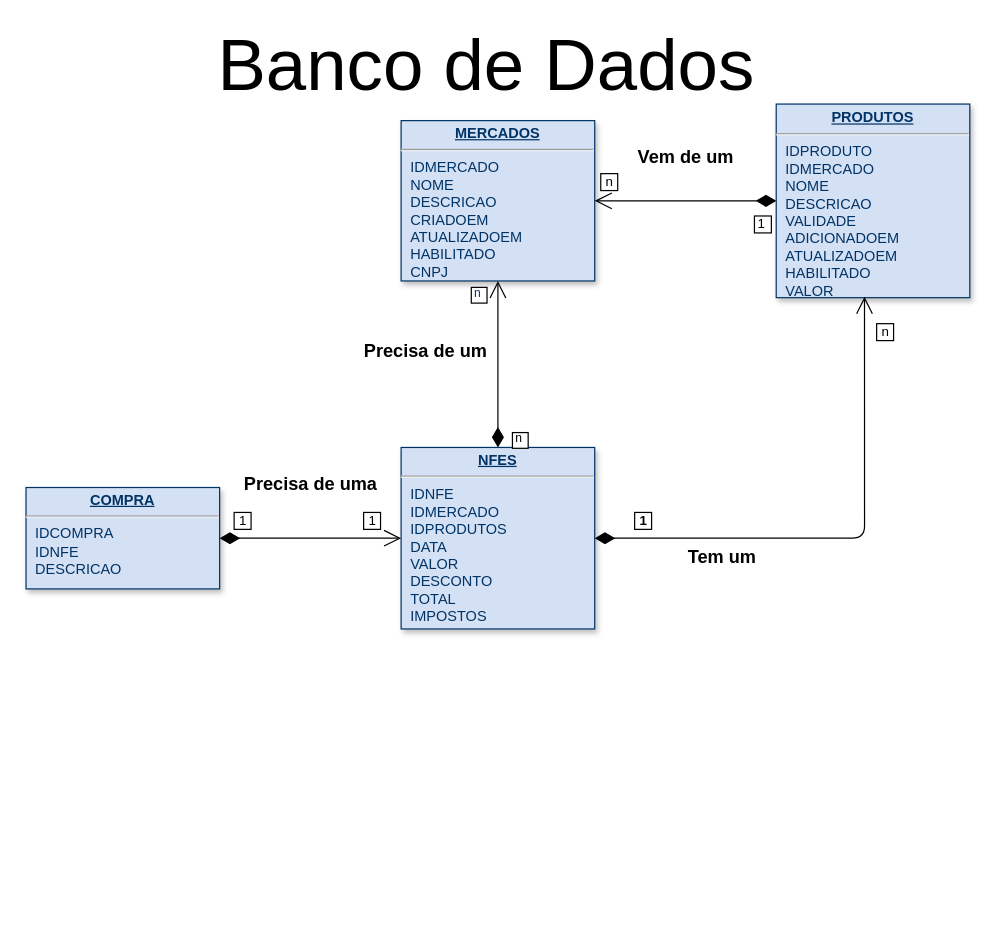
Earlier version of the draw.io diagram jubilant-guacamole-db.drawio (mrhaubrich/jubilant-guacamole). Source tidied: cells renumbered, new cells numbered last; positions are measured from the earlier drawing's top-left corner, leaving out a move shared by most shapes. Both pictures are drawn from the tidied source at 121%, with x=0, y=0 at pixel (25, 40).
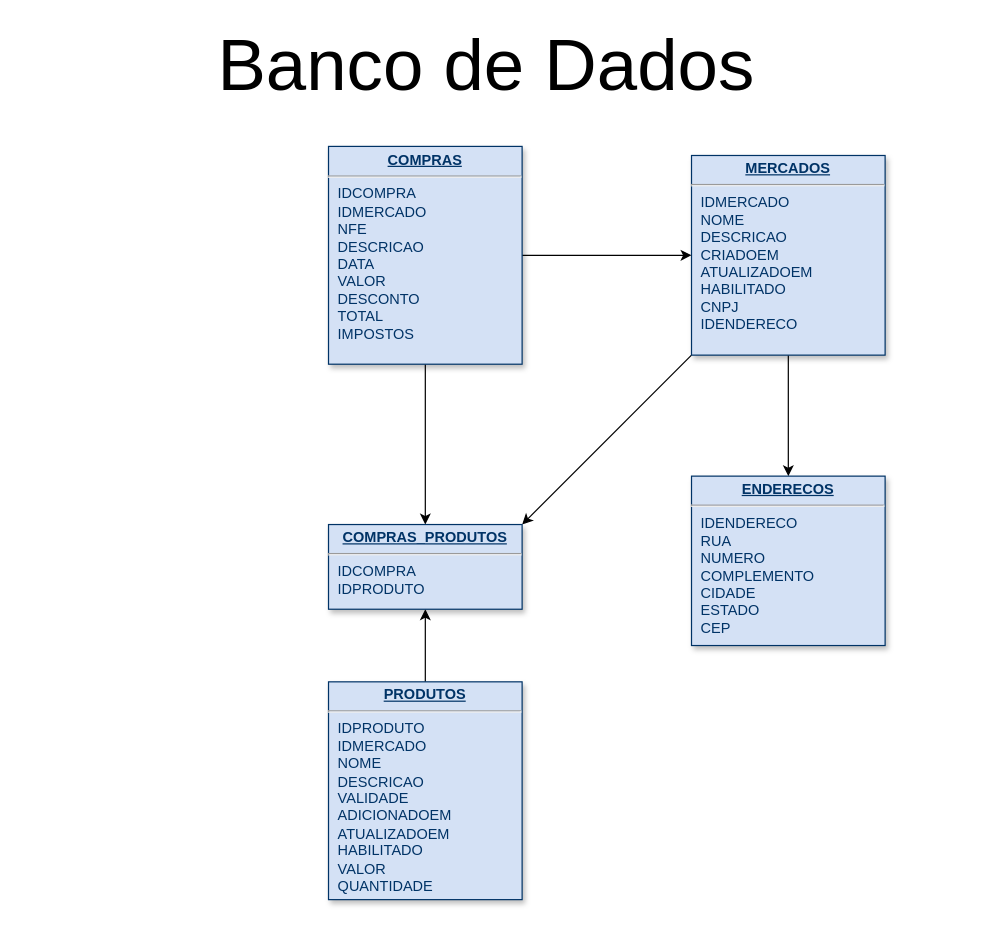
After the change.

What changed in the source:
```diff
@@
+    <mxCell id="22" style="edgeStyle=orthogonalEdgeStyle;rounded=0;jettySize=auto;html=1;exitX=0.5;exitY=1;exitDx=0;exitDy=0;entryX=0.5;entryY=0;entryDx=0;entryDy=0;" parent="1" edge="1" source="2" target="7">
+      <mxGeometry relative="1" as="geometry" />
+    </mxCell>
+    <mxCell id="23" style="rounded=0;jettySize=auto;html=1;exitX=0;exitY=1;exitDx=0;exitDy=0;entryX=1;entryY=0;entryDx=0;entryDy=0;" parent="1" edge="1" source="2" target="27">
+      <mxGeometry relative="1" as="geometry" />
+    </mxCell>
-    <mxCell id="2" value="&lt;p style=&quot;margin: 0px ; margin-top: 4px ; text-align: center ; text-decoration: underline&quot;&gt;&lt;strong&gt;MERCADOS&lt;/strong&gt;&lt;/p&gt;&lt;hr&gt;&lt;p style=&quot;margin: 0px ; margin-left: 8px&quot;&gt;IDMERCADO&lt;/p&gt;&lt;p style=&quot;margin: 0px ; margin-left: 8px&quot;&gt;NOME&lt;/p&gt;&lt;p style=&quot;margin: 0px ; margin-left: 8px&quot;&gt;DESCRICAO&lt;/p&gt;&lt;p style=&quot;margin: 0px ; margin-left: 8px&quot;&gt;CRIADOEM&lt;/p&gt;&lt;p style=&quot;margin: 0px ; margin-left: 8px&quot;&gt;ATUALIZADOEM&lt;/p&gt;&lt;p style=&quot;margin: 0px ; margin-left: 8px&quot;&gt;HABILITADO&lt;/p&gt;&lt;p style=&quot;margin: 0px ; margin-left: 8px&quot;&gt;CNPJ&lt;/p&gt;" style="verticalAlign=top;align=left;overflow=fill;fontSize=12;fontFamily=Helvetica;html=1;strokeColor=#003366;shadow=1;fillColor=#D4E1F5;fontColor=#003366;" parent="1" vertex="1">
-      <mxGeometry x="310" y="66.2" width="160" height="132.5" as="geometry" />
+    <mxCell id="2" value="&lt;p style=&quot;margin: 0px ; margin-top: 4px ; text-align: center ; text-decoration: underline&quot;&gt;&lt;strong&gt;MERCADOS&lt;/strong&gt;&lt;/p&gt;&lt;hr&gt;&lt;p style=&quot;margin: 0px ; margin-left: 8px&quot;&gt;IDMERCADO&lt;/p&gt;&lt;p style=&quot;margin: 0px ; margin-left: 8px&quot;&gt;NOME&lt;/p&gt;&lt;p style=&quot;margin: 0px ; margin-left: 8px&quot;&gt;DESCRICAO&lt;/p&gt;&lt;p style=&quot;margin: 0px ; margin-left: 8px&quot;&gt;CRIADOEM&lt;/p&gt;&lt;p style=&quot;margin: 0px ; margin-left: 8px&quot;&gt;ATUALIZADOEM&lt;/p&gt;&lt;p style=&quot;margin: 0px ; margin-left: 8px&quot;&gt;HABILITADO&lt;/p&gt;&lt;p style=&quot;margin: 0px ; margin-left: 8px&quot;&gt;CNPJ&lt;/p&gt;&lt;p style=&quot;margin: 0px ; margin-left: 8px&quot;&gt;IDENDERECO&lt;/p&gt;&lt;p style=&quot;margin: 0px ; margin-left: 8px&quot;&gt;&lt;br&gt;&lt;/p&gt;" style="verticalAlign=top;align=left;overflow=fill;fontSize=12;fontFamily=Helvetica;html=1;strokeColor=#003366;shadow=1;fillColor=#D4E1F5;fontColor=#003366;" parent="1" vertex="1">
+      <mxGeometry x="550" y="95" width="160" height="165" as="geometry" />
     </mxCell>
+    <mxCell id="24" style="edgeStyle=none;rounded=0;jettySize=auto;html=1;exitX=0.5;exitY=0;exitDx=0;exitDy=0;entryX=0.5;entryY=1;entryDx=0;entryDy=0;" parent="1" edge="1" source="3" target="27">
+      <mxGeometry relative="1" as="geometry" />
+    </mxCell>
-    <mxCell id="3" value="&lt;p style=&quot;margin: 0px ; margin-top: 4px ; text-align: center ; text-decoration: underline&quot;&gt;&lt;b&gt;PRODUTOS&lt;/b&gt;&lt;/p&gt;&lt;hr&gt;&lt;p style=&quot;margin: 0px ; margin-left: 8px&quot;&gt;IDPRODUTO&lt;/p&gt;&lt;p style=&quot;margin: 0px ; margin-left: 8px&quot;&gt;IDMERCADO&lt;/p&gt;&lt;p style=&quot;margin: 0px ; margin-left: 8px&quot;&gt;NOME&lt;/p&gt;&lt;p style=&quot;margin: 0px ; margin-left: 8px&quot;&gt;DESCRICAO&lt;/p&gt;&lt;p style=&quot;margin: 0px ; margin-left: 8px&quot;&gt;VALIDADE&lt;/p&gt;&lt;p style=&quot;margin: 0px ; margin-left: 8px&quot;&gt;ADICIONADOEM&lt;/p&gt;&lt;p style=&quot;margin: 0px ; margin-left: 8px&quot;&gt;ATUALIZADOEM&lt;/p&gt;&lt;p style=&quot;margin: 0px ; margin-left: 8px&quot;&gt;HABILITADO&lt;/p&gt;&lt;p style=&quot;margin: 0px ; margin-left: 8px&quot;&gt;VALOR&lt;/p&gt;" style="verticalAlign=top;align=left;overflow=fill;fontSize=12;fontFamily=Helvetica;html=1;strokeColor=#003366;shadow=1;fillColor=#D4E1F5;fontColor=#003366;" parent="1" vertex="1">
-      <mxGeometry x="620" y="52.5" width="160" height="160" as="geometry" />
+    <mxCell id="3" value="&lt;p style=&quot;margin: 0px ; margin-top: 4px ; text-align: center ; text-decoration: underline&quot;&gt;&lt;b&gt;PRODUTOS&lt;/b&gt;&lt;/p&gt;&lt;hr&gt;&lt;p style=&quot;margin: 0px ; margin-left: 8px&quot;&gt;IDPRODUTO&lt;/p&gt;&lt;p style=&quot;margin: 0px ; margin-left: 8px&quot;&gt;IDMERCADO&lt;/p&gt;&lt;p style=&quot;margin: 0px ; margin-left: 8px&quot;&gt;NOME&lt;/p&gt;&lt;p style=&quot;margin: 0px ; margin-left: 8px&quot;&gt;DESCRICAO&lt;/p&gt;&lt;p style=&quot;margin: 0px ; margin-left: 8px&quot;&gt;VALIDADE&lt;/p&gt;&lt;p style=&quot;margin: 0px ; margin-left: 8px&quot;&gt;ADICIONADOEM&lt;/p&gt;&lt;p style=&quot;margin: 0px ; margin-left: 8px&quot;&gt;ATUALIZADOEM&lt;/p&gt;&lt;p style=&quot;margin: 0px ; margin-left: 8px&quot;&gt;HABILITADO&lt;/p&gt;&lt;p style=&quot;margin: 0px ; margin-left: 8px&quot;&gt;VALOR&lt;/p&gt;&lt;p style=&quot;margin: 0px ; margin-left: 8px&quot;&gt;QUANTIDADE&lt;/p&gt;" style="verticalAlign=top;align=left;overflow=fill;fontSize=12;fontFamily=Helvetica;html=1;strokeColor=#003366;shadow=1;fillColor=#D4E1F5;fontColor=#003366;" parent="1" vertex="1">
+      <mxGeometry x="250" y="530" width="160" height="180" as="geometry" />
     </mxCell>
-    <mxCell id="4" style="edgeStyle=orthogonalEdgeStyle;rounded=1;jettySize=auto;entryX=0.456;entryY=0.995;entryDx=0;entryDy=0;entryPerimeter=0;labelBorderColor=default;fontColor=#003366;startArrow=diamondThin;startFill=1;verticalAlign=bottom;align=left;endSize=12;startSize=14;endArrow=open;endFill=0;" parent="1" edge="1" source="7" target="3">
-      <mxGeometry relative="1" as="geometry" />
-    </mxCell>
-    <mxCell id="5" value="&amp;nbsp;1&amp;nbsp;" style="edgeLabel;html=1;align=center;verticalAlign=middle;fontColor=default;fontStyle=1;labelBorderColor=default;" parent="4" vertex="1">
-      <mxGeometry x="-0.65" y="2" relative="1" as="geometry">
-        <mxPoint x="-35" y="-13" as="offset" />
-      </mxGeometry>
-    </mxCell>
-    <mxCell id="6" value="&amp;nbsp;n&amp;nbsp;" style="edgeLabel;html=1;align=center;verticalAlign=middle;fontColor=default;labelBorderColor=default;" parent="4" vertex="1">
-      <mxGeometry x="0.85" y="-1" relative="1" as="geometry">
-        <mxPoint x="16" y="-3" as="offset" />
-      </mxGeometry>
-    </mxCell>
-    <mxCell id="7" value="&lt;p style=&quot;margin: 0px ; margin-top: 4px ; text-align: center ; text-decoration: underline&quot;&gt;&lt;strong&gt;NFES&lt;/strong&gt;&lt;/p&gt;&lt;hr&gt;&lt;p style=&quot;margin: 0px ; margin-left: 8px&quot;&gt;IDNFE&lt;/p&gt;&lt;p style=&quot;margin: 0px ; margin-left: 8px&quot;&gt;IDMERCADO&lt;/p&gt;&lt;p style=&quot;margin: 0px ; margin-left: 8px&quot;&gt;IDPRODUTOS&lt;/p&gt;&lt;p style=&quot;margin: 0px ; margin-left: 8px&quot;&gt;DATA&lt;/p&gt;&lt;p style=&quot;margin: 0px ; margin-left: 8px&quot;&gt;VALOR&lt;/p&gt;&lt;p style=&quot;margin: 0px ; margin-left: 8px&quot;&gt;DESCONTO&lt;/p&gt;&lt;p style=&quot;margin: 0px ; margin-left: 8px&quot;&gt;TOTAL&lt;/p&gt;&lt;p style=&quot;margin: 0px ; margin-left: 8px&quot;&gt;IMPOSTOS&lt;/p&gt;" style="verticalAlign=top;align=left;overflow=fill;fontSize=12;fontFamily=Helvetica;html=1;strokeColor=#003366;shadow=1;fillColor=#D4E1F5;fontColor=#003366;" parent="1" vertex="1">
-      <mxGeometry x="310" y="336.3" width="160" height="150" as="geometry" />
+    <mxCell id="7" value="&lt;p style=&quot;margin: 0px ; margin-top: 4px ; text-align: center ; text-decoration: underline&quot;&gt;&lt;strong&gt;ENDERECOS&lt;/strong&gt;&lt;/p&gt;&lt;hr&gt;&lt;p style=&quot;margin: 0px ; margin-left: 8px&quot;&gt;IDENDERECO&lt;br&gt;&lt;/p&gt;&lt;p style=&quot;margin: 0px ; margin-left: 8px&quot;&gt;RUA&lt;/p&gt;&lt;p style=&quot;margin: 0px ; margin-left: 8px&quot;&gt;NUMERO&lt;/p&gt;&lt;p style=&quot;margin: 0px ; margin-left: 8px&quot;&gt;COMPLEMENTO&lt;/p&gt;&lt;p style=&quot;margin: 0px ; margin-left: 8px&quot;&gt;CIDADE&lt;/p&gt;&lt;p style=&quot;margin: 0px ; margin-left: 8px&quot;&gt;ESTADO&lt;/p&gt;&lt;p style=&quot;margin: 0px ; margin-left: 8px&quot;&gt;CEP&lt;/p&gt;" style="verticalAlign=top;align=left;overflow=fill;fontSize=12;fontFamily=Helvetica;html=1;strokeColor=#003366;shadow=1;fillColor=#D4E1F5;fontColor=#003366;" parent="1" vertex="1">
+      <mxGeometry x="550" y="360" width="160" height="140" as="geometry" />
     </mxCell>
-    <mxCell id="8" style="endArrow=open;startArrow=diamondThin;startFill=1;edgeStyle=orthogonalEdgeStyle;shadow=0;sketch=0;endSize=12;startSize=14;" parent="1" edge="1" source="7" target="2">
-      <mxGeometry x="629.4" y="265" as="geometry" />
-    </mxCell>
-    <mxCell id="9" value=" n " style="align=left;verticalAlign=top;labelBackgroundColor=default;fontSize=10;strokeColor=#003366;shadow=1;fillColor=#D4E1F5;fontColor=default;labelBorderColor=default;" parent="8" vertex="1">
-      <mxGeometry x="-1" relative="1" as="geometry">
-        <mxPoint x="10" y="-20" as="offset" />
-      </mxGeometry>
-    </mxCell>
-    <mxCell id="10" value=" n " style="align=right;verticalAlign=top;labelBackgroundColor=#ffffff;fontSize=10;strokeColor=#003366;shadow=1;fillColor=#D4E1F5;fontColor=#003366;labelBorderColor=default;" parent="8" vertex="1">
-      <mxGeometry x="1" relative="1" as="geometry">
-        <mxPoint x="-10" y="-2" as="offset" />
-      </mxGeometry>
-    </mxCell>
-    <mxCell id="11" value=" 1 " style="endArrow=open;endSize=12;startArrow=diamondThin;startSize=14;startFill=1;edgeStyle=orthogonalEdgeStyle;align=left;verticalAlign=bottom;labelBorderColor=default;fontColor=default;labelBackgroundColor=default;" parent="1" edge="1" source="3" target="2">
-      <mxGeometry x="-0.73" y="28" relative="1" as="geometry" />
-    </mxCell>
-    <mxCell id="12" value="&amp;nbsp;n&amp;nbsp;" style="edgeLabel;html=1;align=center;verticalAlign=middle;fontColor=default;labelBorderColor=default;labelBackgroundColor=default;" parent="11" vertex="1">
-      <mxGeometry x="0.83" y="-1" relative="1" as="geometry">
-        <mxPoint x="-2" y="-15" as="offset" />
-      </mxGeometry>
-    </mxCell>
-    <mxCell id="13" style="edgeStyle=orthogonalEdgeStyle;rounded=0;jettySize=auto;html=1;labelBorderColor=default;fontColor=#003366;startArrow=diamondThin;startFill=1;endSize=12;startSize=14;endArrow=open;endFill=0;" parent="1" edge="1" source="16" target="7">
-      <mxGeometry relative="1" as="geometry" />
-    </mxCell>
-    <mxCell id="14" value="&amp;nbsp;1&amp;nbsp;" style="edgeLabel;html=1;align=center;verticalAlign=middle;fontColor=default;labelBorderColor=default;" parent="13" vertex="1">
-      <mxGeometry x="0.67" y="-1" relative="1" as="geometry">
-        <mxPoint y="-16" as="offset" />
-      </mxGeometry>
-    </mxCell>
-    <mxCell id="15" value="&amp;nbsp;1&amp;nbsp;" style="edgeLabel;html=1;align=center;verticalAlign=middle;fontColor=default;labelBorderColor=default;" parent="13" vertex="1">
-      <mxGeometry x="-0.71" y="1" relative="1" as="geometry">
-        <mxPoint x="-4" y="-14" as="offset" />
-      </mxGeometry>
-    </mxCell>
+    <mxCell id="25" style="edgeStyle=orthogonalEdgeStyle;rounded=0;jettySize=auto;html=1;exitX=0.5;exitY=1;exitDx=0;exitDy=0;entryX=0.5;entryY=0;entryDx=0;entryDy=0;" parent="1" edge="1" source="16" target="27">
+      <mxGeometry relative="1" as="geometry" />
+    </mxCell>
+    <mxCell id="26" style="edgeStyle=orthogonalEdgeStyle;rounded=0;jettySize=auto;html=1;exitX=1;exitY=0.5;exitDx=0;exitDy=0;entryX=0;entryY=0.5;entryDx=0;entryDy=0;" parent="1" edge="1" source="16" target="2">
+      <mxGeometry relative="1" as="geometry" />
+    </mxCell>
-    <mxCell id="16" value="&lt;p style=&quot;margin: 0px ; margin-top: 4px ; text-align: center ; text-decoration: underline&quot;&gt;&lt;b&gt;COMPRA&lt;/b&gt;&lt;/p&gt;&lt;hr&gt;&lt;p style=&quot;margin: 0px ; margin-left: 8px&quot;&gt;IDCOMPRA&lt;/p&gt;&lt;p style=&quot;margin: 0px ; margin-left: 8px&quot;&gt;IDNFE&lt;/p&gt;&lt;p style=&quot;margin: 0px ; margin-left: 8px&quot;&gt;DESCRICAO&lt;/p&gt;" style="verticalAlign=top;align=left;overflow=fill;fontSize=12;fontFamily=Helvetica;html=1;strokeColor=#003366;shadow=1;fillColor=#D4E1F5;fontColor=#003366;" parent="1" vertex="1">
-      <mxGeometry y="369.4" width="160" height="83.8" as="geometry" />
+    <mxCell id="16" value="&lt;p style=&quot;margin: 0px ; margin-top: 4px ; text-align: center ; text-decoration: underline&quot;&gt;&lt;b&gt;COMPRAS&lt;/b&gt;&lt;/p&gt;&lt;hr&gt;&lt;p style=&quot;margin: 0px ; margin-left: 8px&quot;&gt;IDCOMPRA&lt;/p&gt;&lt;p style=&quot;margin: 0px ; margin-left: 8px&quot;&gt;IDMERCADO&lt;/p&gt;&lt;p style=&quot;margin: 0px ; margin-left: 8px&quot;&gt;NFE&lt;/p&gt;&lt;p style=&quot;margin: 0px ; margin-left: 8px&quot;&gt;DESCRICAO&lt;/p&gt;&lt;p style=&quot;margin: 0px ; margin-left: 8px&quot;&gt;DATA&lt;/p&gt;&lt;p style=&quot;margin: 0px ; margin-left: 8px&quot;&gt;VALOR&lt;/p&gt;&lt;p style=&quot;margin: 0px ; margin-left: 8px&quot;&gt;DESCONTO&lt;/p&gt;&lt;p style=&quot;margin: 0px ; margin-left: 8px&quot;&gt;TOTAL&lt;/p&gt;&lt;p style=&quot;margin: 0px ; margin-left: 8px&quot;&gt;IMPOSTOS&lt;/p&gt;" style="verticalAlign=top;align=left;overflow=fill;fontSize=12;fontFamily=Helvetica;html=1;strokeColor=#003366;shadow=1;fillColor=#D4E1F5;fontColor=#003366;" parent="1" vertex="1">
+      <mxGeometry x="250" y="87.5" width="160" height="180" as="geometry" />
     </mxCell>
-    <mxCell id="17" value="&lt;b&gt;&lt;font style=&quot;font-size: 15px&quot;&gt;Precisa de uma&lt;/font&gt;&lt;/b&gt;" style="text;html=1;align=center;verticalAlign=middle;strokeColor=none;fillColor=none;" parent="1" vertex="1">
-      <mxGeometry x="170" y="356.2" width="130" height="20" as="geometry" />
-    </mxCell>
-    <mxCell id="18" value="&lt;b&gt;Tem um&lt;/b&gt;" style="text;html=1;align=center;verticalAlign=middle;strokeColor=none;fillColor=none;fontSize=15;" parent="1" vertex="1">
-      <mxGeometry x="540" y="416.2" width="70" height="20" as="geometry" />
-    </mxCell>
-    <mxCell id="19" value="&lt;b&gt;Vem de um&lt;/b&gt;" style="text;html=1;align=center;verticalAlign=middle;strokeColor=none;fillColor=none;fontSize=15;" parent="1" vertex="1">
-      <mxGeometry x="500" y="86.2" width="90" height="20" as="geometry" />
-    </mxCell>
-    <mxCell id="20" value="&lt;b&gt;Precisa de um&lt;/b&gt;" style="text;html=1;align=center;verticalAlign=middle;strokeColor=none;fillColor=none;fontSize=15;" parent="1" vertex="1">
-      <mxGeometry x="270" y="246.2" width="120" height="20" as="geometry" />
-    </mxCell>
@@
+    <mxCell id="27" value="&lt;p style=&quot;margin: 0px ; margin-top: 4px ; text-align: center ; text-decoration: underline&quot;&gt;&lt;b&gt;COMPRAS_PRODUTOS&lt;/b&gt;&lt;/p&gt;&lt;hr&gt;&lt;p style=&quot;margin: 0px ; margin-left: 8px&quot;&gt;IDCOMPRA&lt;/p&gt;&lt;p style=&quot;margin: 0px ; margin-left: 8px&quot;&gt;IDPRODUTO&lt;/p&gt;&lt;p style=&quot;margin: 0px ; margin-left: 8px&quot;&gt;&lt;br&gt;&lt;/p&gt;" style="verticalAlign=top;align=left;overflow=fill;fontSize=12;fontFamily=Helvetica;html=1;strokeColor=#003366;shadow=1;fillColor=#D4E1F5;fontColor=#003366;" parent="1" vertex="1">
+      <mxGeometry x="250" y="400" width="160" height="70" as="geometry" />
+    </mxCell>
```
